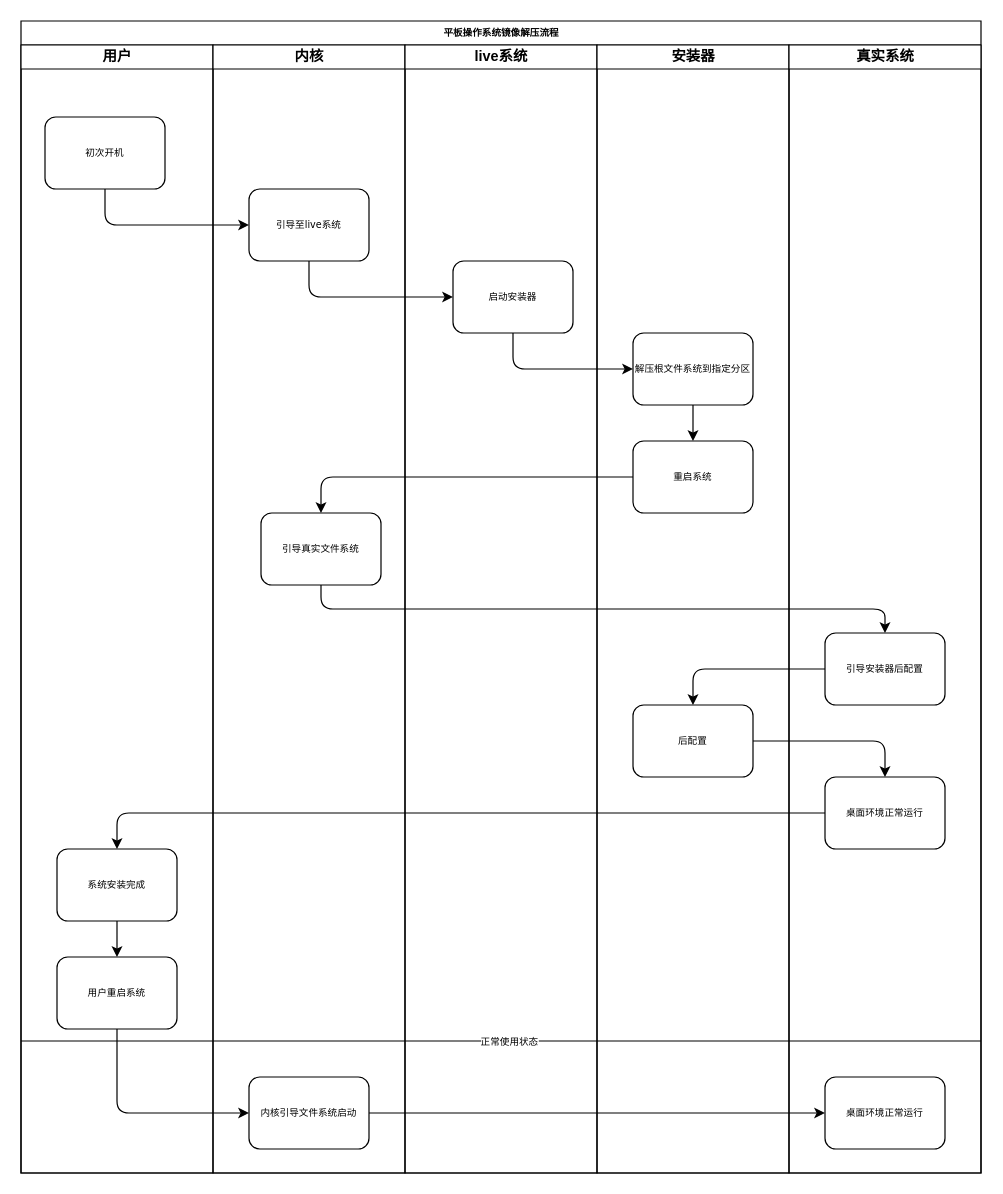
The draw.io diagram 未命名绘图.drawio in TuQinggang/TQG, before the edit. Source tidied: cells renumbered, new cells numbered last; positions are measured from the earlier drawing's top-left corner, leaving out a move shared by most shapes. Both pictures are drawn from the tidied source at 120%, with x=0, y=0 at pixel (20, 20).
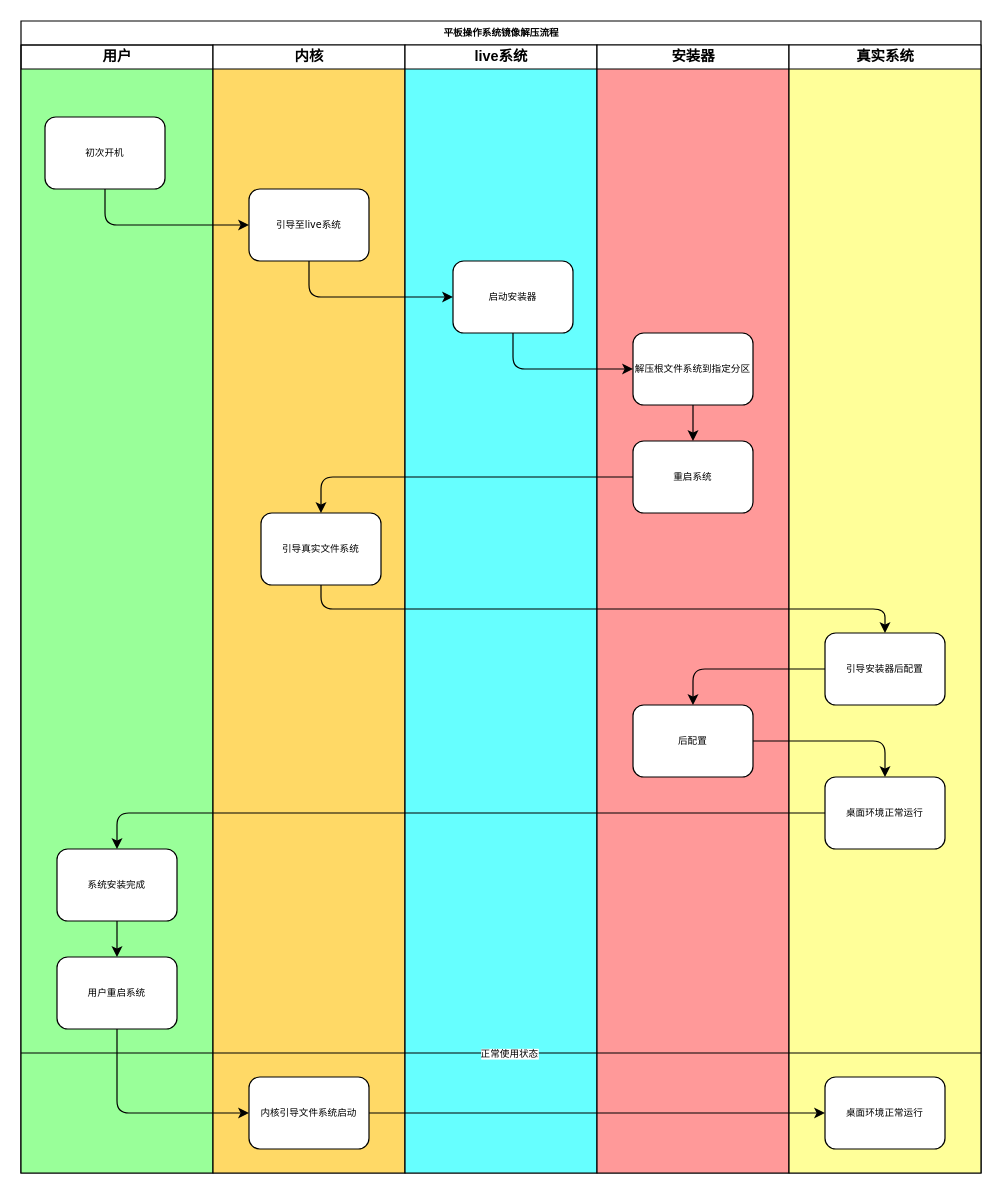
The same diagram, later.

Change to the diagram source:
```diff
@@
-    <mxCell id="2" value="平板操作系统镜像解压流程" style="swimlane;html=1;startSize=20;rounded=0;shadow=0;labelBackgroundColor=none;strokeWidth=1;fontFamily=Verdana;fontSize=8;align=center;" parent="1" vertex="1">
+    <mxCell id="2" value="平板操作系统镜像解压流程" style="swimlane;html=1;startSize=20;rounded=0;shadow=0;labelBackgroundColor=none;strokeWidth=1;fontFamily=Verdana;fontSize=8;align=center;swimlaneFillColor=#ffffff;" parent="1" vertex="1">
       <mxGeometry width="800" height="960" as="geometry" />
     </mxCell>
-    <mxCell id="3" value="用户" style="swimlane;html=1;startSize=20;" parent="2" vertex="1">
+    <mxCell id="3" value="用户" style="swimlane;html=1;startSize=20;swimlaneFillColor=#99FF99;fillColor=none;" parent="2" vertex="1">
       <mxGeometry y="20" width="160" height="940" as="geometry" />
     </mxCell>
@@
-    <mxCell id="8" value="内核" style="swimlane;html=1;startSize=20;" parent="2" vertex="1">
+    <mxCell id="8" value="内核" style="swimlane;html=1;startSize=20;swimlaneFillColor=#FFD966;" parent="2" vertex="1">
       <mxGeometry x="160" y="20" width="160" height="940" as="geometry" />
     </mxCell>
@@
-    <mxCell id="12" value="live系统" style="swimlane;html=1;startSize=20;" parent="2" vertex="1">
+    <mxCell id="12" value="live系统" style="swimlane;html=1;startSize=20;swimlaneFillColor=#66FFFF;" parent="2" vertex="1">
       <mxGeometry x="320" y="20" width="160" height="940" as="geometry" />
     </mxCell>
@@
-    <mxCell id="14" value="安装器" style="swimlane;html=1;startSize=20;" parent="2" vertex="1">
+    <mxCell id="14" value="安装器" style="swimlane;html=1;startSize=20;swimlaneFillColor=#FF9999;" parent="2" vertex="1">
       <mxGeometry x="480" y="20" width="160" height="940" as="geometry" />
     </mxCell>
@@
-    <mxCell id="19" value="真实系统" style="swimlane;html=1;startSize=20;" parent="2" vertex="1">
+    <mxCell id="19" value="真实系统" style="swimlane;html=1;startSize=20;swimlaneFillColor=#FFFF99;" parent="2" vertex="1">
       <mxGeometry x="640" y="20" width="160" height="940" as="geometry" />
     </mxCell>
@@
     <mxCell id="33" style="endArrow=none;html=1;fontFamily=Verdana;fontSize=8;" parent="1" edge="1">
       <mxGeometry relative="1" as="geometry">
-        <mxPoint y="850" as="sourcePoint" />
-        <mxPoint x="800" y="850" as="targetPoint" />
+        <mxPoint y="860" as="sourcePoint" />
+        <mxPoint x="800" y="860" as="targetPoint" />
       </mxGeometry>
     </mxCell>
```
